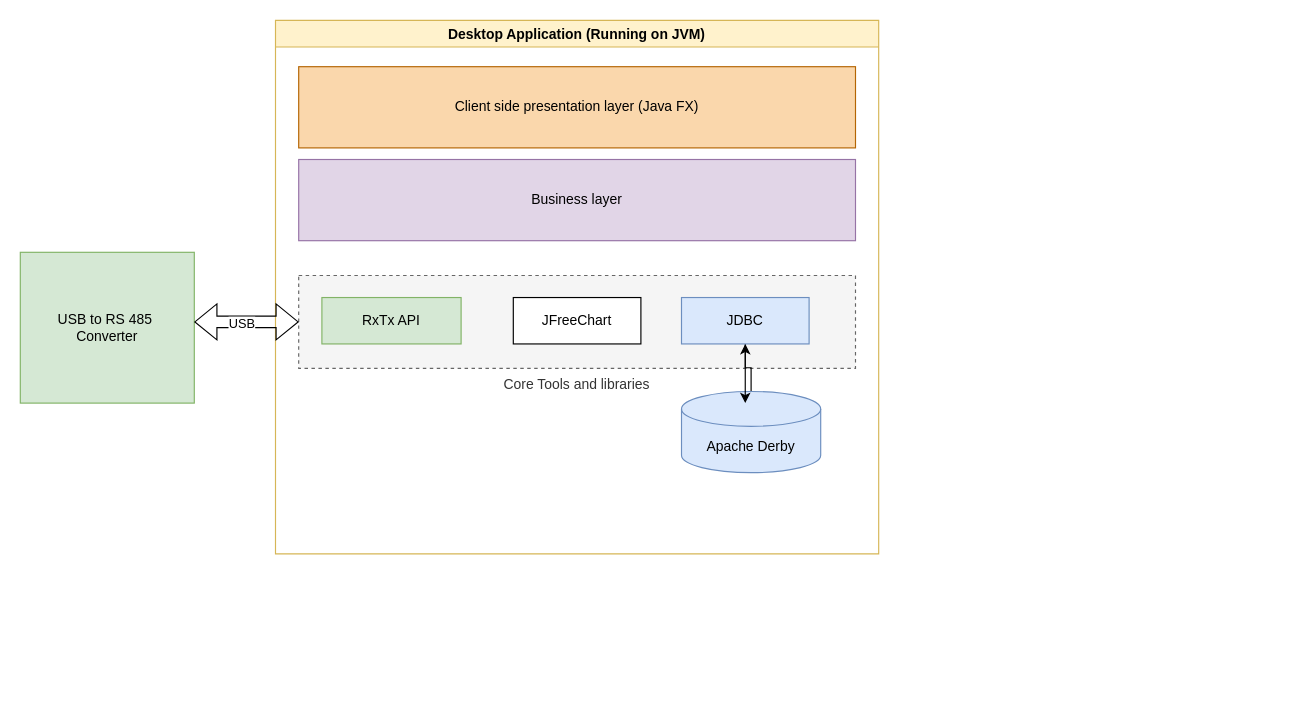
The draw.io diagram bluster debugger.drawio in antaradatta3/diagrams, before the edit. Source tidied: cells renumbered, new cells numbered last; positions are measured from the earlier drawing's top-left corner, leaving out a move shared by most shapes. Both pictures are drawn from the tidied source at 116%, with x=0, y=0 at pixel (20, 20).
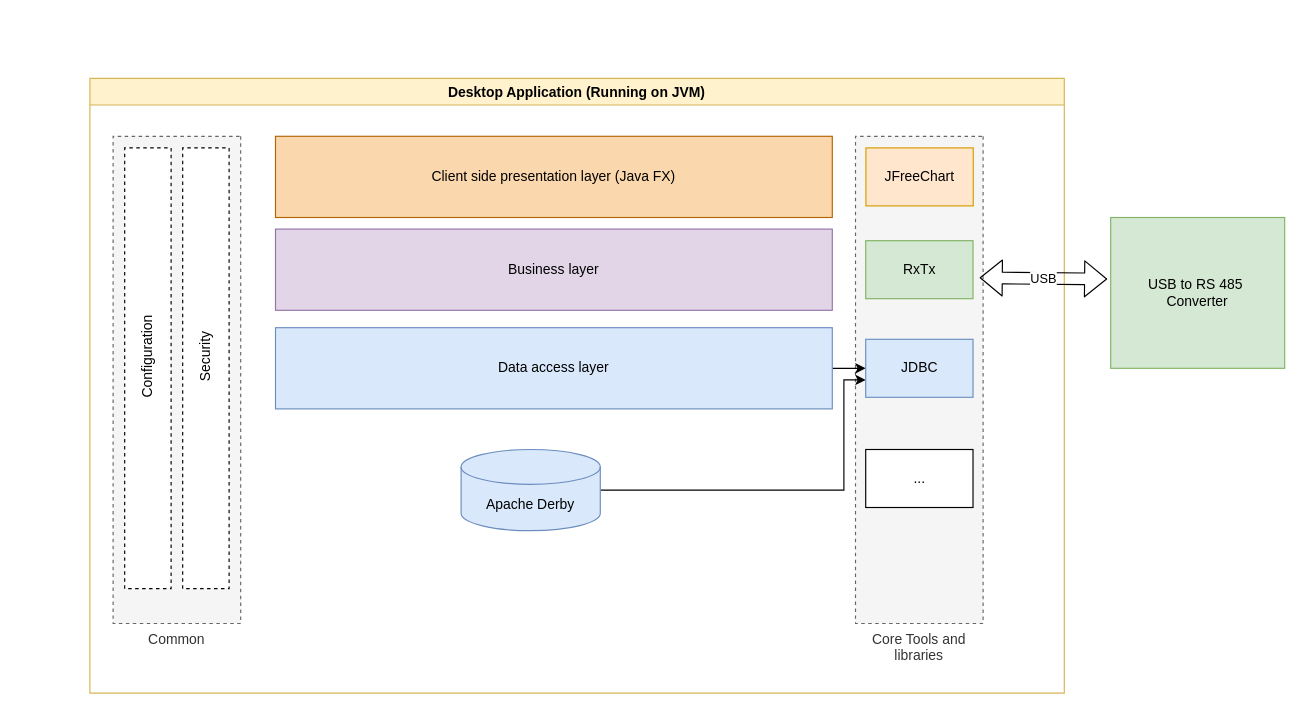
After the change.

Diff of the diagram source:
```diff
@@
     <mxCell id="2" value="Desktop Application (Running on JVM)" style="swimlane;fillColor=#fff2cc;strokeColor=#d6b656;" parent="1" vertex="1">
-      <mxGeometry x="220" width="520" height="460" as="geometry" />
+      <mxGeometry x="60" y="50" width="840" height="530" as="geometry" />
     </mxCell>
-    <mxCell id="3" value="Core Tools and libraries" style="rounded=0;whiteSpace=wrap;html=1;fillColor=#f5f5f5;dashed=1;labelPosition=center;verticalLabelPosition=bottom;align=center;verticalAlign=top;fontColor=#333333;strokeColor=#666666;" parent="2" vertex="1">
-      <mxGeometry x="20" y="220" width="480" height="80" as="geometry" />
+    <mxCell id="3" value="Core Tools and libraries" style="rounded=0;whiteSpace=wrap;html=1;fillColor=#f5f5f5;dashed=1;labelPosition=center;verticalLabelPosition=bottom;align=center;verticalAlign=top;fontColor=#333333;strokeColor=#666666;direction=south;" parent="2" vertex="1">
+      <mxGeometry x="660" y="50" width="110" height="420" as="geometry" />
     </mxCell>
     <mxCell id="4" style="edgeStyle=orthogonalEdgeStyle;rounded=0;jettySize=auto;html=1;" parent="2" edge="1" source="5" target="9">
-      <mxGeometry relative="1" as="geometry" />
+      <mxGeometry relative="1" as="geometry">
+        <Array as="points">
+          <mxPoint x="650" y="355" />
+          <mxPoint x="650" y="260" />
+        </Array>
+      </mxGeometry>
     </mxCell>
     <mxCell id="5" value="Apache Derby" style="shape=cylinder3;whiteSpace=wrap;html=1;boundedLbl=1;backgroundOutline=1;size=15;fillColor=#dae8fc;strokeColor=#6c8ebf;" parent="2" vertex="1">
-      <mxGeometry x="350" y="320" width="120" height="70" as="geometry" />
+      <mxGeometry x="320" y="320" width="120" height="70" as="geometry" />
     </mxCell>
-    <mxCell id="6" value="RxTx API" style="rounded=0;whiteSpace=wrap;html=1;fillColor=#d5e8d4;strokeColor=#82b366;" parent="2" vertex="1">
-      <mxGeometry x="40" y="239" width="120" height="40" as="geometry" />
-    </mxCell>
-    <mxCell id="7" value="JFreeChart" style="rounded=0;whiteSpace=wrap;html=1;" parent="2" vertex="1">
-      <mxGeometry x="205" y="239" width="110" height="40" as="geometry" />
+    <mxCell id="7" value="JFreeChart" style="rounded=0;whiteSpace=wrap;html=1;fillColor=#ffe6cc;strokeColor=#d79b00;" parent="2" vertex="1">
+      <mxGeometry x="669" y="60" width="92.5" height="50" as="geometry" />
     </mxCell>
-    <mxCell id="8" style="edgeStyle=orthogonalEdgeStyle;rounded=0;jettySize=auto;html=1;entryX=0.458;entryY=0.143;entryDx=0;entryDy=0;entryPerimeter=0;" parent="2" edge="1" source="9" target="5">
-      <mxGeometry relative="1" as="geometry" />
-    </mxCell>
-    <mxCell id="9" value="JDBC" style="rounded=0;whiteSpace=wrap;html=1;fillColor=#dae8fc;strokeColor=#6c8ebf;" parent="2" vertex="1">
-      <mxGeometry x="350" y="239" width="110" height="40" as="geometry" />
-    </mxCell>
     <mxCell id="10" value="Client side presentation layer (Java FX)" style="rounded=0;whiteSpace=wrap;html=1;fillColor=#fad7ac;strokeColor=#b46504;" parent="2" vertex="1">
-      <mxGeometry x="20" y="40" width="480" height="70" as="geometry" />
+      <mxGeometry x="160" y="50" width="480" height="70" as="geometry" />
     </mxCell>
     <mxCell id="11" value="Business layer" style="rounded=0;whiteSpace=wrap;html=1;fillColor=#e1d5e7;strokeColor=#9673a6;" parent="2" vertex="1">
-      <mxGeometry x="20" y="120" width="480" height="70" as="geometry" />
+      <mxGeometry x="160" y="130" width="480" height="70" as="geometry" />
     </mxCell>
+    <mxCell id="15" style="edgeStyle=orthogonalEdgeStyle;curved=0;rounded=1;sketch=0;jettySize=auto;html=1;" parent="2" edge="1" source="16" target="9">
+      <mxGeometry relative="1" as="geometry" />
+    </mxCell>
+    <mxCell id="16" value="Data access layer" style="rounded=0;whiteSpace=wrap;html=1;fillColor=#dae8fc;strokeColor=#6c8ebf;" parent="2" vertex="1">
+      <mxGeometry x="160" y="215" width="480" height="70" as="geometry" />
+    </mxCell>
+    <mxCell id="17" value="RxTx" style="rounded=0;whiteSpace=wrap;html=1;fillColor=#d5e8d4;strokeColor=#82b366;" parent="2" vertex="1">
+      <mxGeometry x="668.8" y="140" width="92.5" height="50" as="geometry" />
+    </mxCell>
+    <mxCell id="9" value="JDBC" style="rounded=0;whiteSpace=wrap;html=1;fillColor=#dae8fc;strokeColor=#6c8ebf;" parent="2" vertex="1">
+      <mxGeometry x="668.8" y="225" width="92.5" height="50" as="geometry" />
+    </mxCell>
+    <mxCell id="18" value="..." style="rounded=0;whiteSpace=wrap;html=1;" parent="2" vertex="1">
+      <mxGeometry x="668.8" y="320" width="92.5" height="50" as="geometry" />
+    </mxCell>
+    <mxCell id="19" value="Common" style="rounded=0;whiteSpace=wrap;html=1;fillColor=#f5f5f5;dashed=1;labelPosition=center;verticalLabelPosition=bottom;align=center;verticalAlign=top;fontColor=#333333;strokeColor=#666666;direction=south;" parent="2" vertex="1">
+      <mxGeometry x="20" y="50" width="110" height="420" as="geometry" />
+    </mxCell>
+    <mxCell id="20" style="rounded=0;whiteSpace=wrap;html=1;dashed=1;labelPosition=center;verticalLabelPosition=middle;align=center;verticalAlign=middle;direction=south;textDirection=rtl;horizontal=1;" parent="2" vertex="1">
+      <mxGeometry x="30" y="60" width="40" height="380" as="geometry" />
+    </mxCell>
+    <mxCell id="21" style="rounded=0;whiteSpace=wrap;html=1;dashed=1;labelPosition=center;verticalLabelPosition=bottom;align=center;verticalAlign=top;direction=south;" parent="2" vertex="1">
+      <mxGeometry x="80" y="60" width="40" height="380" as="geometry" />
+    </mxCell>
+    <mxCell id="22" value="Configuration&lt;br&gt;" style="text;html=1;strokeColor=none;fillColor=none;align=center;verticalAlign=middle;whiteSpace=wrap;rounded=0;sketch=0;rotation=-90;" parent="2" vertex="1">
+      <mxGeometry x="20" y="225" width="60" height="30" as="geometry" />
+    </mxCell>
+    <mxCell id="23" value="Security" style="text;html=1;strokeColor=none;fillColor=none;align=center;verticalAlign=middle;whiteSpace=wrap;rounded=0;sketch=0;rotation=-90;" parent="2" vertex="1">
+      <mxGeometry x="70" y="225" width="60" height="30" as="geometry" />
+    </mxCell>
     <mxCell id="12" value="USB to RS 485&amp;nbsp;&lt;br&gt;Converter" style="rounded=0;whiteSpace=wrap;html=1;fillColor=#d5e8d4;strokeColor=#82b366;" parent="1" vertex="1">
-      <mxGeometry y="200" width="150" height="130" as="geometry" />
+      <mxGeometry x="940" y="170" width="150" height="130" as="geometry" />
     </mxCell>
-    <mxCell id="13" style="shape=flexArrow;endArrow=classic;startArrow=classic;html=1;rounded=0;textDirection=ltr;labelPosition=left;verticalLabelPosition=top;align=right;verticalAlign=middle;" parent="1" edge="1" target="3">
-      <mxGeometry relative="1" as="geometry">
-        <mxPoint x="150" y="260" as="sourcePoint" />
-      </mxGeometry>
-    </mxCell>
-    <mxCell id="14" value="USB" style="edgeLabel;html=1;align=center;verticalAlign=middle;" parent="13" vertex="1">
-      <mxGeometry x="-0.11" y="-1" relative="1" as="geometry" />
+    <mxCell id="14" value="USB" style="shape=flexArrow;endArrow=classic;startArrow=classic;html=1;rounded=1;sketch=0;curved=0;exitX=1.062;exitY=0.64;exitDx=0;exitDy=0;exitPerimeter=0;entryX=-0.02;entryY=0.408;entryDx=0;entryDy=0;entryPerimeter=0;" parent="1" edge="1" source="17" target="12">
+      <mxGeometry relative="1" as="geometry" />
     </mxCell>
```
